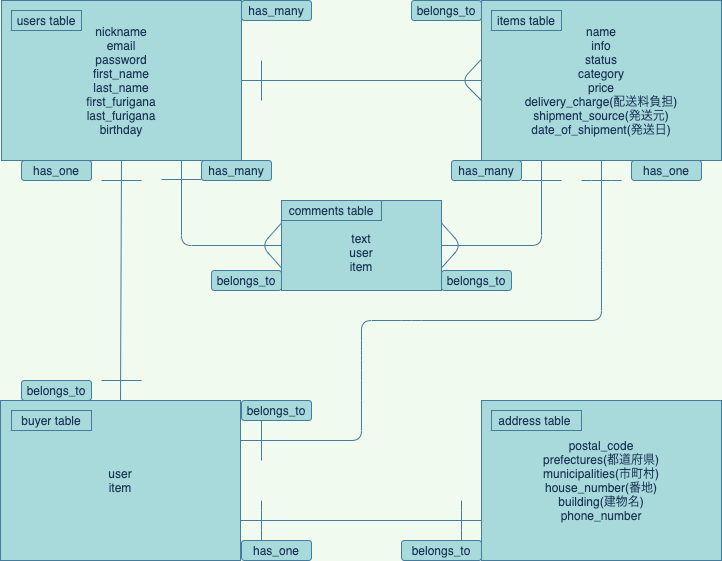
Earlier version of the draw.io export furima_ER.drawio.png (Catastor/furima-30441). Source tidied: cells renumbered, new cells last; positions are measured from the earlier drawing's top-left corner, leaving out a move shared by most shapes.
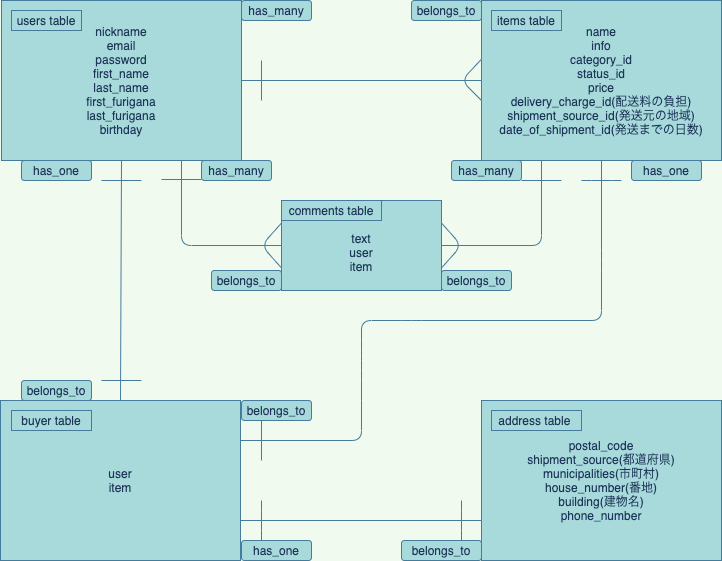
After the commit.

The edit, as a diff of the source:
```diff
@@ -5,7 +5,7 @@
     <mxCell id="2" value="nickname&lt;br&gt;email&lt;br&gt;password&lt;br&gt;first_name&lt;br&gt;last_name&lt;br&gt;first_furigana&lt;br&gt;last_furigana&lt;br&gt;birthday" style="rounded=0;whiteSpace=wrap;html=1;fillColor=#A8DADC;strokeColor=#457B9D;fontColor=#1D3557;" parent="1" vertex="1">
       <mxGeometry x="1" width="240" height="160" as="geometry" />
     </mxCell>
-    <mxCell id="3" value="name&lt;br&gt;info&lt;br&gt;status&lt;br&gt;category&lt;br&gt;price&lt;br&gt;delivery_charge(配送料負担)&lt;br&gt;shipment_source(発送元)&lt;br&gt;date_of_shipment(発送日)" style="rounded=0;whiteSpace=wrap;html=1;fillColor=#A8DADC;strokeColor=#457B9D;fontColor=#1D3557;" parent="1" vertex="1">
+    <mxCell id="3" value="name&lt;br&gt;info&lt;br&gt;category_id&lt;br&gt;status_id&lt;br&gt;price&lt;br&gt;delivery_charge_id(配送料の負担)&lt;br&gt;shipment_source_id(発送元の地域)&lt;br&gt;date_of_shipment_id(発送までの日数)" style="rounded=0;whiteSpace=wrap;html=1;fillColor=#A8DADC;strokeColor=#457B9D;fontColor=#1D3557;" parent="1" vertex="1">
       <mxGeometry x="481" width="240" height="160" as="geometry" />
     </mxCell>
     <mxCell id="4" style="endArrow=none;html=1;exitX=1;exitY=0.5;exitDx=0;exitDy=0;entryX=0;entryY=0.5;entryDx=0;entryDy=0;labelBackgroundColor=#F1FAEE;strokeColor=#457B9D;fontColor=#1D3557;" parent="1" edge="1" source="2" target="3">
@@ -14,7 +14,7 @@
     <mxCell id="5" value="&lt;br&gt;text&lt;br&gt;user&lt;br&gt;item" style="rounded=0;whiteSpace=wrap;html=1;fillColor=#A8DADC;strokeColor=#457B9D;fontColor=#1D3557;" parent="1" vertex="1">
       <mxGeometry x="281" y="200" width="160" height="90" as="geometry" />
     </mxCell>
-    <mxCell id="6" value="postal_code&lt;br&gt;prefectures(都道府県)&lt;br&gt;municipalities(市町村)&lt;br&gt;house_number(番地)&lt;br&gt;building(建物名)&lt;br&gt;phone_number" style="rounded=0;whiteSpace=wrap;html=1;fillColor=#A8DADC;strokeColor=#457B9D;fontColor=#1D3557;" parent="1" vertex="1">
+    <mxCell id="6" value="postal_code&lt;br&gt;shipment_source(都道府県)&lt;br&gt;municipalities(市町村)&lt;br&gt;house_number(番地)&lt;br&gt;building(建物名)&lt;br&gt;phone_number" style="rounded=0;whiteSpace=wrap;html=1;fillColor=#A8DADC;strokeColor=#457B9D;fontColor=#1D3557;" parent="1" vertex="1">
       <mxGeometry x="481" y="400" width="240" height="160" as="geometry" />
     </mxCell>
     <mxCell id="7" value="user&lt;br&gt;item" style="rounded=0;whiteSpace=wrap;html=1;fillColor=#A8DADC;strokeColor=#457B9D;fontColor=#1D3557;" parent="1" vertex="1">
```
